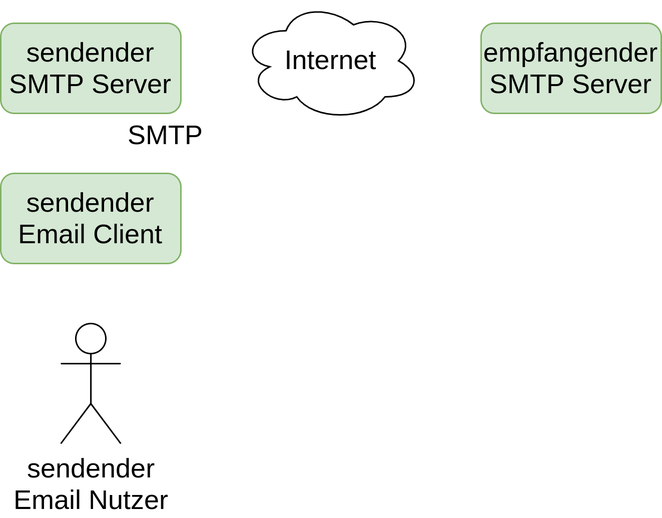
This is vortrag/media/mail-server-connection-05.png from noahvogt/texdiary, a draw.io export, as it was before one commit. Source tidied: cells renumbered, new cells last; positions are measured from the earlier drawing's top-left corner, leaving out a move shared by most shapes.
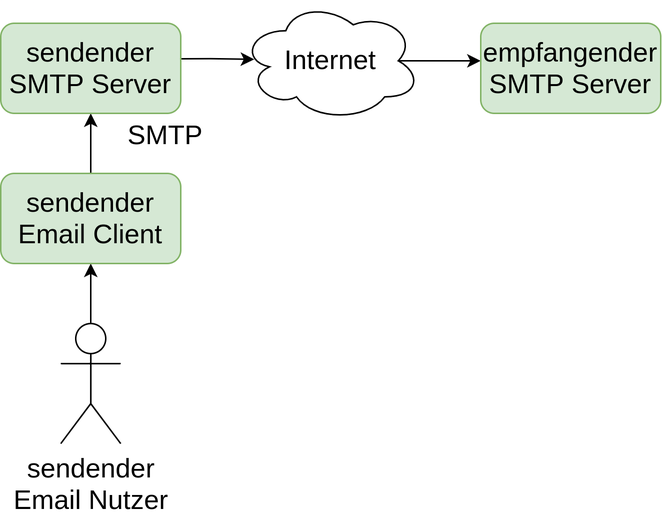
The same file after the commit.

The edit, as a diff of the source:
```diff
@@ -2,23 +2,35 @@
   <root>
     <mxCell id="0" />
     <mxCell id="1" parent="0" />
-    <mxCell id="2" value="&lt;font style=&quot;font-size: 18px&quot;&gt;sendender&lt;br&gt;Email Nutzer&lt;/font&gt;" style="shape=umlActor;verticalLabelPosition=bottom;verticalAlign=top;html=1;" parent="1" vertex="1">
-      <mxGeometry x="40" y="215" width="40" height="80" as="geometry" />
+    <mxCell id="2" style="edgeStyle=orthogonalEdgeStyle;rounded=0;jettySize=auto;html=1;entryX=0.5;entryY=1;entryDx=0;entryDy=0;" parent="1" edge="1" source="3" target="5">
+      <mxGeometry relative="1" as="geometry" />
     </mxCell>
-    <mxCell id="3" value="&lt;font style=&quot;font-size: 18px&quot;&gt;sendender&lt;br&gt;Email Client&lt;/font&gt;" style="rounded=1;whiteSpace=wrap;html=1;fillColor=#d5e8d4;strokeColor=#82b366;" parent="1" vertex="1">
-      <mxGeometry y="115" width="120" height="60" as="geometry" />
+    <mxCell id="3" value="&lt;font style=&quot;font-size: 18px&quot;&gt;sendender&lt;br&gt;Email Nutzer&lt;/font&gt;" style="shape=umlActor;verticalLabelPosition=bottom;verticalAlign=top;html=1;outlineConnect=0;" parent="1" vertex="1">
+      <mxGeometry x="40" y="215" width="40" height="80" as="geometry" />
     </mxCell>
-    <mxCell id="4" value="&lt;font style=&quot;font-size: 18px&quot;&gt;sendender&lt;br&gt;SMTP Server&lt;/font&gt;" style="rounded=1;whiteSpace=wrap;html=1;fillColor=#d5e8d4;strokeColor=#82b366;" parent="1" vertex="1">
-      <mxGeometry y="15" width="120" height="60" as="geometry" />
+    <mxCell id="4" style="edgeStyle=orthogonalEdgeStyle;rounded=0;jettySize=auto;html=1;entryX=0.5;entryY=1;entryDx=0;entryDy=0;fontSize=18;" parent="1" edge="1" source="5" target="7">
+      <mxGeometry relative="1" as="geometry" />
     </mxCell>
-    <mxCell id="5" value="SMTP" style="text;html=1;strokeColor=none;fillColor=none;align=center;verticalAlign=middle;whiteSpace=wrap;rounded=0;fontSize=18;" parent="1" vertex="1">
-      <mxGeometry x="80" y="75" width="60" height="30" as="geometry" />
+    <mxCell id="5" value="&lt;font style=&quot;font-size: 18px&quot;&gt;sendender&lt;br&gt;Email Client&lt;/font&gt;" style="rounded=1;whiteSpace=wrap;html=1;fillColor=#d5e8d4;strokeColor=#82b366;" parent="1" vertex="1">
+      <mxGeometry y="115" width="120" height="60" as="geometry" />
     </mxCell>
-    <mxCell id="6" value="Internet" style="ellipse;shape=cloud;whiteSpace=wrap;html=1;fontSize=18;" parent="1" vertex="1">
-      <mxGeometry x="160" width="120" height="80" as="geometry" />
+    <mxCell id="6" style="edgeStyle=orthogonalEdgeStyle;rounded=0;jettySize=auto;html=1;entryX=0.075;entryY=0.488;entryDx=0;entryDy=0;entryPerimeter=0;fontSize=18;exitX=0.998;exitY=0.394;exitDx=0;exitDy=0;exitPerimeter=0;" parent="1" edge="1" source="7" target="10">
+      <mxGeometry relative="1" as="geometry" />
     </mxCell>
-    <mxCell id="7" value="&lt;font style=&quot;font-size: 18px&quot;&gt;empfangender&lt;br&gt;SMTP Server&lt;/font&gt;" style="rounded=1;whiteSpace=wrap;html=1;fillColor=#d5e8d4;strokeColor=#82b366;" parent="1" vertex="1">
-      <mxGeometry x="320" y="15" width="120" height="60" as="geometry" />
+    <mxCell id="7" value="&lt;font style=&quot;font-size: 18px&quot;&gt;sendender&lt;br&gt;SMTP Server&lt;/font&gt;" style="rounded=1;whiteSpace=wrap;html=1;fillColor=#d5e8d4;strokeColor=#82b366;" parent="1" vertex="1">
+      <mxGeometry y="15" width="120" height="60" as="geometry" />
     </mxCell>
+    <mxCell id="8" value="SMTP" style="text;html=1;strokeColor=none;fillColor=none;align=center;verticalAlign=middle;whiteSpace=wrap;rounded=0;fontSize=18;" parent="1" vertex="1">
+      <mxGeometry x="80" y="75" width="60" height="30" as="geometry" />
+    </mxCell>
+    <mxCell id="9" style="edgeStyle=orthogonalEdgeStyle;rounded=0;jettySize=auto;html=1;exitX=0.875;exitY=0.5;exitDx=0;exitDy=0;exitPerimeter=0;fontSize=18;entryX=0;entryY=0.417;entryDx=0;entryDy=0;entryPerimeter=0;" parent="1" edge="1" source="10" target="11">
+      <mxGeometry relative="1" as="geometry" />
+    </mxCell>
+    <mxCell id="10" value="Internet" style="ellipse;shape=cloud;whiteSpace=wrap;html=1;fontSize=18;" parent="1" vertex="1">
+      <mxGeometry x="160" width="120" height="80" as="geometry" />
+    </mxCell>
+    <mxCell id="11" value="&lt;font style=&quot;font-size: 18px&quot;&gt;empfangender&lt;br&gt;SMTP Server&lt;/font&gt;" style="rounded=1;whiteSpace=wrap;html=1;fillColor=#d5e8d4;strokeColor=#82b366;" parent="1" vertex="1">
+      <mxGeometry x="320" y="15" width="120" height="60" as="geometry" />
+    </mxCell>
   </root>
 </mxGraphModel>
```
